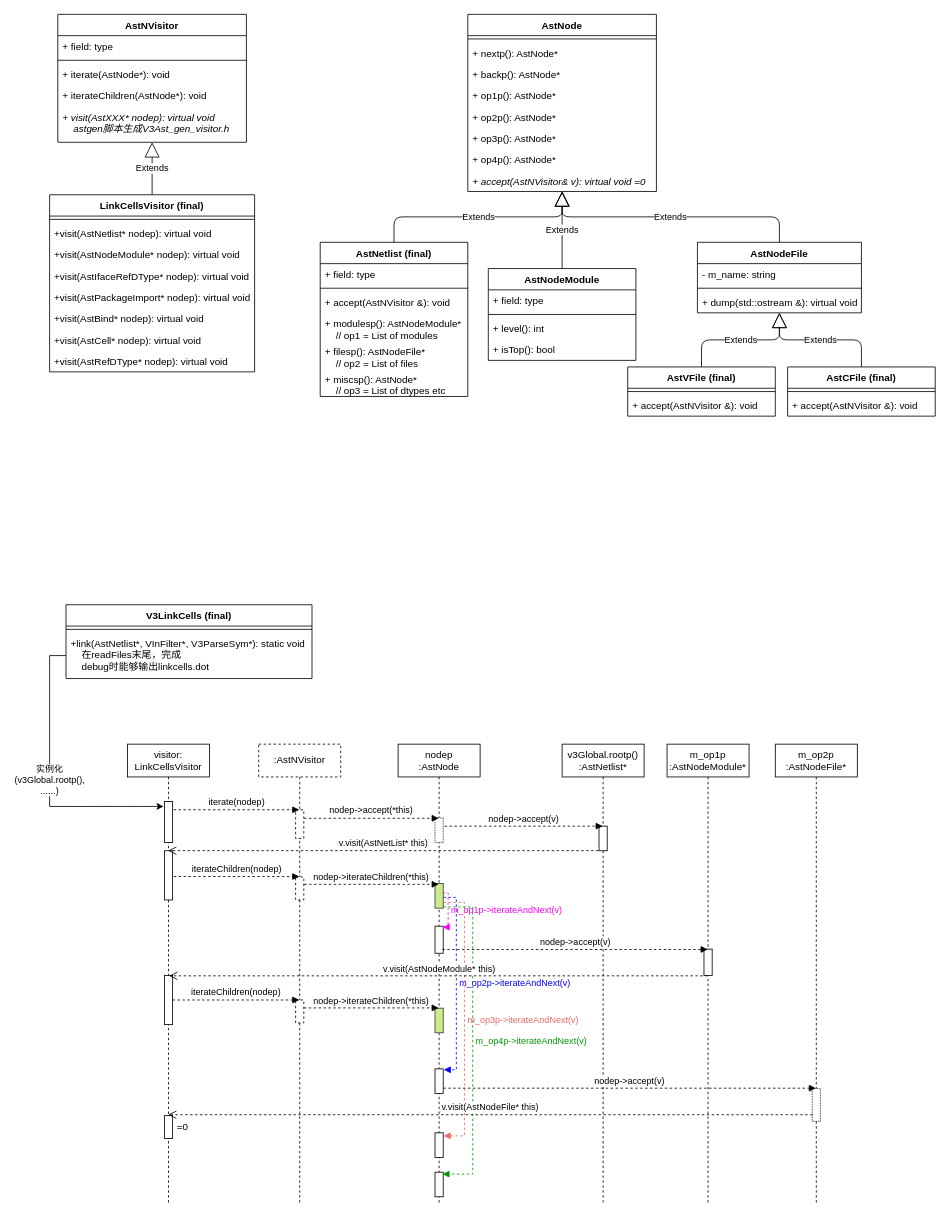
Before: verilator_digrams/V3LinkCells.drawio in Dercury/CLDK, a draw.io diagram. Source tidied: cells renumbered, new cells numbered last; positions are measured from the earlier drawing's top-left corner, leaving out a move shared by most shapes. Both pictures are drawn from the tidied source at 82%, with x=0, y=0 at pixel (49, 14).
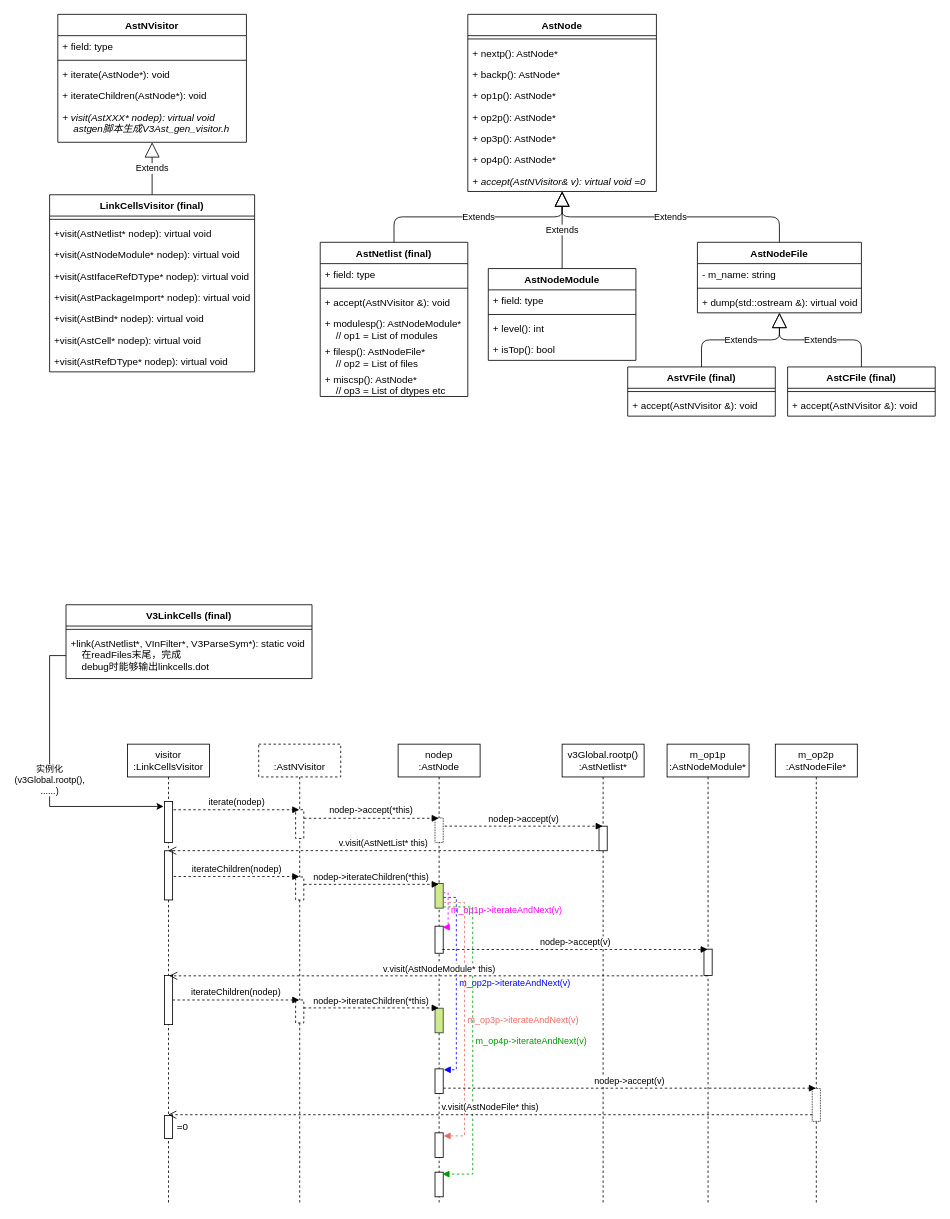
After the change.

Change to the diagram source:
```diff
@@
-    <mxCell id="5" value="visitor: LinkCellsVisitor" style="shape=umlLifeline;perimeter=lifelinePerimeter;whiteSpace=wrap;html=1;outlineConnect=0;" parent="1" vertex="1">
+    <mxCell id="5" value="visitor&lt;br&gt;:LinkCellsVisitor" style="shape=umlLifeline;perimeter=lifelinePerimeter;whiteSpace=wrap;html=1;outlineConnect=0;" parent="1" vertex="1">
       <mxGeometry x="95" y="890" width="100" height="562" as="geometry" />
     </mxCell>
@@
-    <mxCell id="30" value=":AstNVisitor" style="shape=umlLifeline;perimeter=lifelinePerimeter;whiteSpace=wrap;html=1;outlineConnect=0;dashed=1;" parent="1" vertex="1">
+    <mxCell id="30" value="&lt;br&gt;:AstNVisitor" style="shape=umlLifeline;perimeter=lifelinePerimeter;whiteSpace=wrap;html=1;outlineConnect=0;dashed=1;" parent="1" vertex="1">
       <mxGeometry x="255" y="890" width="100" height="562" as="geometry" />
     </mxCell>
```
